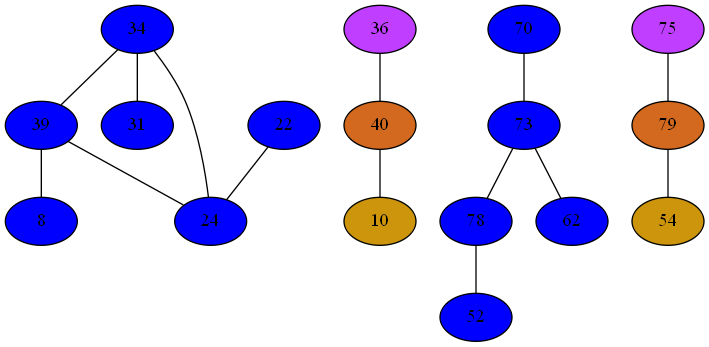
The Graphviz diagram Compiler/15phiGraph.png in mbajaj92/Project-Astoria, before a commit. Its source is kept beside it as Compiler/15phiGraph.dot.
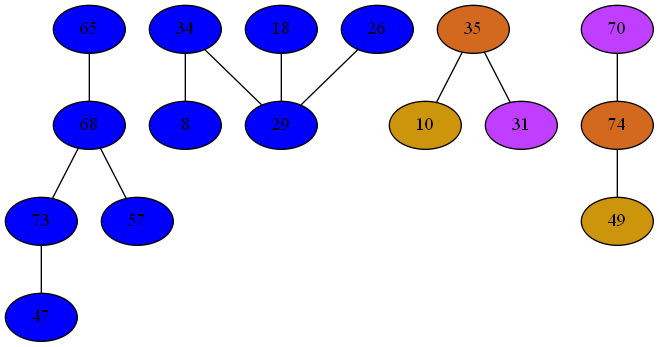
Above is the later version.

What changed in the source:
```diff
@@ -1,47 +1,42 @@
 strict graph {
+65[label="65" style=filled fillcolor="blue1"];
+65 -- 68
 34[label="34" style=filled fillcolor="blue1"];
-34 -- 39
-34 -- 24
-34 -- 31
-36[label="36" style=filled fillcolor="darkorchid1"];
-36 -- 40
-70[label="70" style=filled fillcolor="blue1"];
-70 -- 73
-39[label="39" style=filled fillcolor="blue1"];
-39 -- 34
-39 -- 8
-39 -- 24
+34 -- 8
+34 -- 29
+35[label="35" style=filled fillcolor="chocolate"];
+35 -- 10
+35 -- 31
+68[label="68" style=filled fillcolor="blue1"];
+68 -- 65
+68 -- 73
+68 -- 57
+70[label="70" style=filled fillcolor="darkorchid1"];
+70 -- 74
 8[label="8" style=filled fillcolor="blue1"];
-8 -- 39
-40[label="40" style=filled fillcolor="chocolate"];
-40 -- 36
-40 -- 10
+8 -- 34
 73[label="73" style=filled fillcolor="blue1"];
-73 -- 70
-73 -- 78
-73 -- 62
+73 -- 68
+73 -- 47
 10[label="10" style=filled fillcolor="darkgoldenrod3"];
-10 -- 40
-75[label="75" style=filled fillcolor="darkorchid1"];
-75 -- 79
-78[label="78" style=filled fillcolor="blue1"];
-78 -- 52
-78 -- 73
-79[label="79" style=filled fillcolor="chocolate"];
-79 -- 54
-79 -- 75
-52[label="52" style=filled fillcolor="blue1"];
-52 -- 78
-22[label="22" style=filled fillcolor="blue1"];
-22 -- 24
-54[label="54" style=filled fillcolor="darkgoldenrod3"];
-54 -- 79
-24[label="24" style=filled fillcolor="blue1"];
-24 -- 34
-24 -- 22
-24 -- 39
-62[label="62" style=filled fillcolor="blue1"];
-62 -- 73
-31[label="31" style=filled fillcolor="blue1"];
-31 -- 34
+10 -- 35
+74[label="74" style=filled fillcolor="chocolate"];
+74 -- 49
+74 -- 70
+47[label="47" style=filled fillcolor="blue1"];
+47 -- 73
+49[label="49" style=filled fillcolor="darkgoldenrod3"];
+49 -- 74
+18[label="18" style=filled fillcolor="blue1"];
+18 -- 29
+57[label="57" style=filled fillcolor="blue1"];
+57 -- 68
+26[label="26" style=filled fillcolor="blue1"];
+26 -- 29
+29[label="29" style=filled fillcolor="blue1"];
+29 -- 34
+29 -- 18
+29 -- 26
+31[label="31" style=filled fillcolor="darkorchid1"];
+31 -- 35
 }
```
